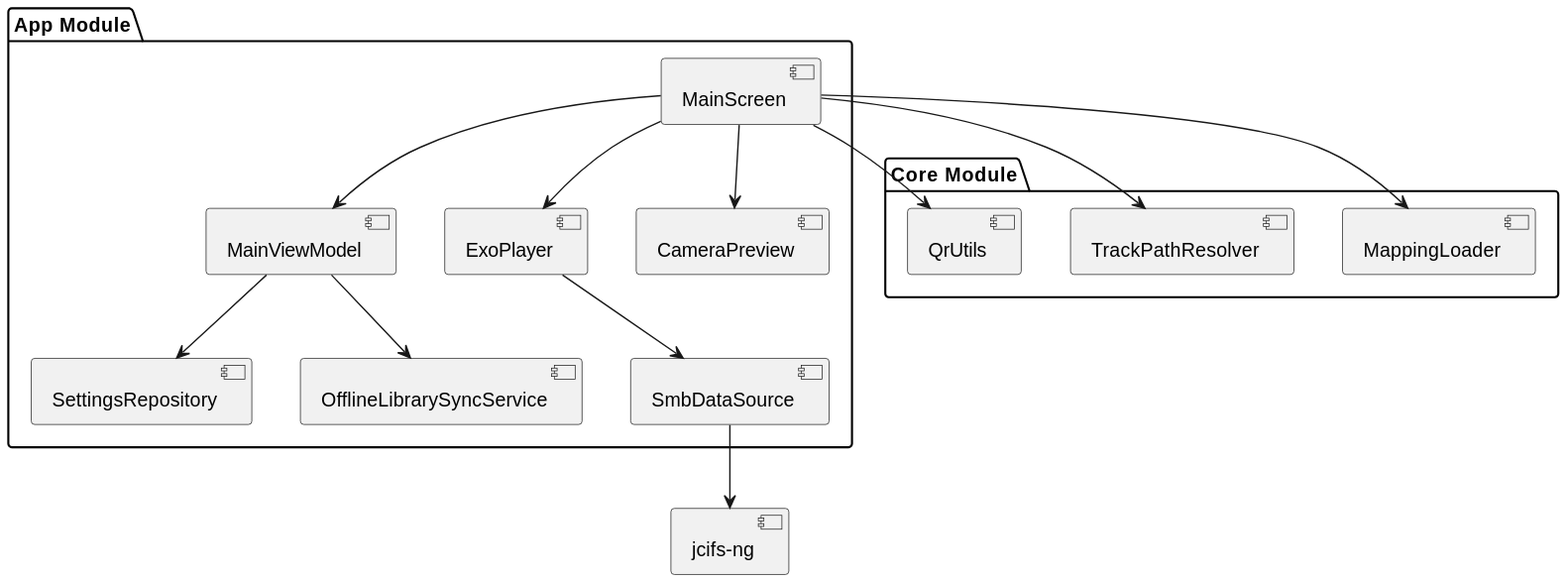
Above: docs/architecture/diagrams/out/01_component.svg in kindermaenner/play-my-music (PlantUML), before the change.
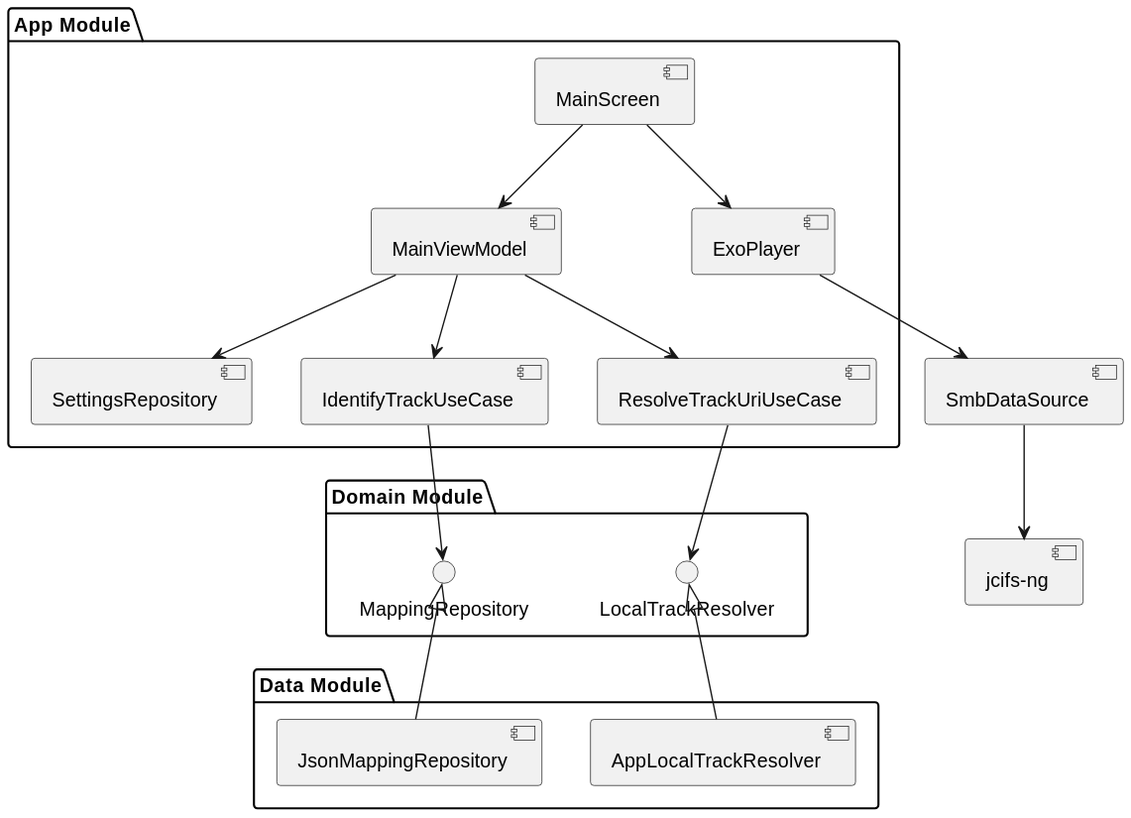
Later version of the same file.

What changed in the source:
```diff
@@ -2,20 +2,29 @@
 package "App Module" {
     [MainScreen] --> [MainViewModel]
     [MainViewModel] --> [SettingsRepository]
-    [MainViewModel] --> [OfflineLibrarySyncService]
+    [MainViewModel] --> [IdentifyTrackUseCase]
+    [MainViewModel] --> [ResolveTrackUriUseCase]
     [MainScreen] --> [ExoPlayer]
-    [ExoPlayer] --> [SmbDataSource]
-    [MainScreen] --> [CameraPreview]
 }
 
-package "Core Module" {
-    [MappingLoader]
-    [TrackPathResolver]
-    [QrUtils]
+package "Domain Module" {
+    [IdentifyTrackUseCase]
+    [ResolveTrackUriUseCase]
+    interface MappingRepository
+    interface LocalTrackResolver
 }
 
-[MainScreen] --> [MappingLoader]
-[MainScreen] --> [TrackPathResolver]
-[MainScreen] --> [QrUtils]
+package "Data Module" {
+    [JsonMappingRepository]
+    [AppLocalTrackResolver]
+}
+
+[IdentifyTrackUseCase] --> MappingRepository
+[ResolveTrackUriUseCase] --> LocalTrackResolver
+
+MappingRepository <|-- [JsonMappingRepository]
+LocalTrackResolver <|-- [AppLocalTrackResolver]
+
+[ExoPlayer] --> [SmbDataSource]
 [SmbDataSource] --> [jcifs-ng]
 @enduml
```
